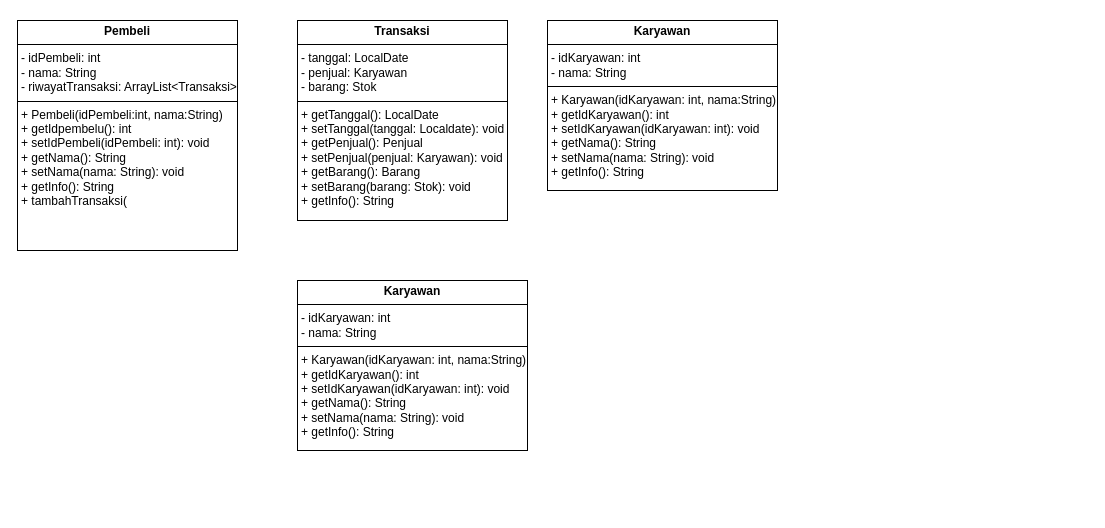
Before: Class Diagram (PBO).drawio in roqueforti/PBO, a draw.io diagram. Source tidied: cells renumbered, new cells numbered last; positions are measured from the earlier drawing's top-left corner, leaving out a move shared by most shapes. Both pictures are drawn from the tidied source at 100%, with x=0, y=0 at pixel (17, 20).
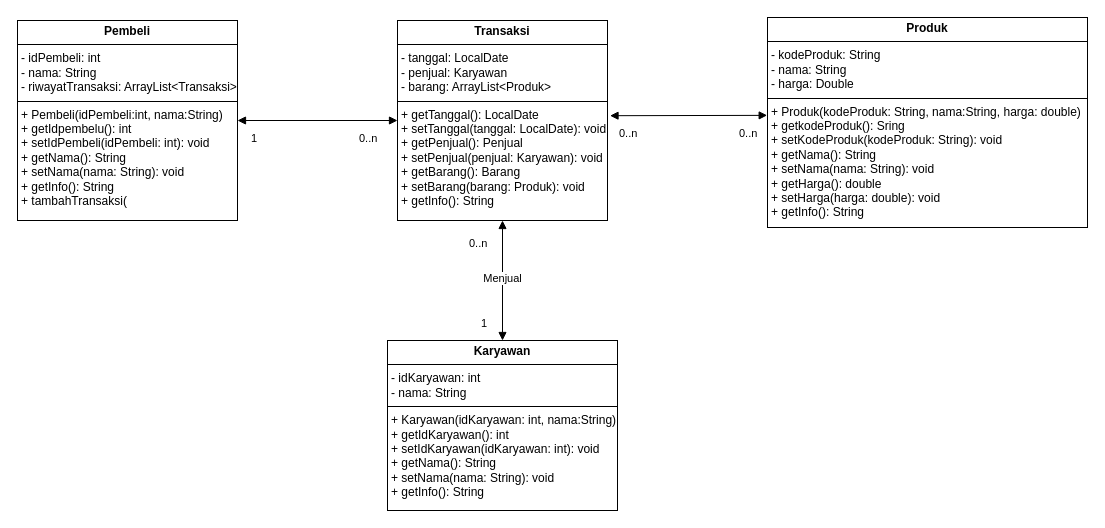
The same diagram, later.

Diff of the diagram source:
```diff
@@
 <mxGraphModel>
   <root>
     <mxCell id="0" />
     <mxCell id="1" parent="0" />
     <mxCell id="2" value="&lt;p style=&quot;margin:0px;margin-top:4px;text-align:center;&quot;&gt;&lt;b&gt;Pembeli&lt;/b&gt;&lt;/p&gt;&lt;hr size=&quot;1&quot; style=&quot;border-style:solid;&quot;&gt;&lt;p style=&quot;margin:0px;margin-left:4px;&quot;&gt;- idPembeli: int&lt;/p&gt;&lt;p style=&quot;margin:0px;margin-left:4px;&quot;&gt;- nama: String&lt;/p&gt;&lt;p style=&quot;margin:0px;margin-left:4px;&quot;&gt;- riwayatTransaksi: ArrayList&amp;lt;Transaksi&amp;gt;&lt;/p&gt;&lt;hr size=&quot;1&quot; style=&quot;border-style:solid;&quot;&gt;&lt;p style=&quot;margin:0px;margin-left:4px;&quot;&gt;+ Pembeli(idPembeli:int, nama:String)&lt;/p&gt;&lt;p style=&quot;margin:0px;margin-left:4px;&quot;&gt;+ getIdpembelu(): int&lt;/p&gt;&lt;p style=&quot;margin:0px;margin-left:4px;&quot;&gt;+ setIdPembeli(idPembeli: int): void&lt;/p&gt;&lt;p style=&quot;margin:0px;margin-left:4px;&quot;&gt;+ getNama(): String&lt;/p&gt;&lt;p style=&quot;margin:0px;margin-left:4px;&quot;&gt;+ setNama(nama: String): void&lt;/p&gt;&lt;p style=&quot;margin:0px;margin-left:4px;&quot;&gt;+ getInfo(): String&lt;/p&gt;&lt;p style=&quot;margin:0px;margin-left:4px;&quot;&gt;+ tambahTransaksi(&lt;/p&gt;" style="verticalAlign=top;align=left;overflow=fill;html=1;whiteSpace=wrap;" parent="1" vertex="1">
-      <mxGeometry width="220" height="230" as="geometry" />
+      <mxGeometry width="220" height="200" as="geometry" />
     </mxCell>
-    <mxCell id="3" value="&lt;p style=&quot;margin:0px;margin-top:4px;text-align:center;&quot;&gt;&lt;b&gt;Transaksi&lt;/b&gt;&lt;/p&gt;&lt;hr size=&quot;1&quot; style=&quot;border-style:solid;&quot;&gt;&lt;p style=&quot;margin:0px;margin-left:4px;&quot;&gt;- tanggal: LocalDate&lt;/p&gt;&lt;p style=&quot;margin:0px;margin-left:4px;&quot;&gt;- penjual: Karyawan&lt;/p&gt;&lt;p style=&quot;margin:0px;margin-left:4px;&quot;&gt;- barang: Stok&lt;/p&gt;&lt;hr size=&quot;1&quot; style=&quot;border-style:solid;&quot;&gt;&lt;p style=&quot;margin:0px;margin-left:4px;&quot;&gt;+ getTanggal(): LocalDate&lt;/p&gt;&lt;p style=&quot;margin:0px;margin-left:4px;&quot;&gt;+ setTanggal(tanggal: Localdate): void&lt;/p&gt;&lt;p style=&quot;margin:0px;margin-left:4px;&quot;&gt;+ getPenjual(): Penjual&lt;/p&gt;&lt;p style=&quot;margin:0px;margin-left:4px;&quot;&gt;+ setPenjual(penjual: Karyawan): void&lt;/p&gt;&lt;p style=&quot;margin:0px;margin-left:4px;&quot;&gt;+ getBarang(): Barang&lt;/p&gt;&lt;p style=&quot;margin:0px;margin-left:4px;&quot;&gt;+ setBarang(barang: Stok): void&lt;/p&gt;&lt;p style=&quot;margin:0px;margin-left:4px;&quot;&gt;+ getInfo(): String&lt;/p&gt;" style="verticalAlign=top;align=left;overflow=fill;html=1;whiteSpace=wrap;" parent="1" vertex="1">
-      <mxGeometry x="280" width="210" height="200" as="geometry" />
+    <mxCell id="3" value="&lt;p style=&quot;margin:0px;margin-top:4px;text-align:center;&quot;&gt;&lt;b&gt;Transaksi&lt;/b&gt;&lt;/p&gt;&lt;hr size=&quot;1&quot; style=&quot;border-style:solid;&quot;&gt;&lt;p style=&quot;margin:0px;margin-left:4px;&quot;&gt;- tanggal: LocalDate&lt;/p&gt;&lt;p style=&quot;margin:0px;margin-left:4px;&quot;&gt;- penjual: Karyawan&lt;/p&gt;&lt;p style=&quot;margin:0px;margin-left:4px;&quot;&gt;- barang: ArrayList&amp;lt;Produk&amp;gt;&lt;/p&gt;&lt;hr size=&quot;1&quot; style=&quot;border-style:solid;&quot;&gt;&lt;p style=&quot;margin:0px;margin-left:4px;&quot;&gt;+ getTanggal(): LocalDate&lt;/p&gt;&lt;p style=&quot;margin:0px;margin-left:4px;&quot;&gt;+ setTanggal(tanggal: LocalDate): void&lt;/p&gt;&lt;p style=&quot;margin:0px;margin-left:4px;&quot;&gt;+ getPenjual(): Penjual&lt;/p&gt;&lt;p style=&quot;margin:0px;margin-left:4px;&quot;&gt;+ setPenjual(penjual: Karyawan): void&lt;/p&gt;&lt;p style=&quot;margin:0px;margin-left:4px;&quot;&gt;+ getBarang(): Barang&lt;/p&gt;&lt;p style=&quot;margin:0px;margin-left:4px;&quot;&gt;+ setBarang(barang: Produk): void&lt;/p&gt;&lt;p style=&quot;margin:0px;margin-left:4px;&quot;&gt;+ getInfo(): String&lt;/p&gt;" style="verticalAlign=top;align=left;overflow=fill;html=1;whiteSpace=wrap;" parent="1" vertex="1">
+      <mxGeometry x="380" width="210" height="200" as="geometry" />
     </mxCell>
     <mxCell id="4" value="&lt;p style=&quot;margin:0px;margin-top:4px;text-align:center;&quot;&gt;&lt;b&gt;Karyawan&lt;/b&gt;&lt;/p&gt;&lt;hr size=&quot;1&quot; style=&quot;border-style:solid;&quot;&gt;&lt;p style=&quot;margin:0px;margin-left:4px;&quot;&gt;- idKaryawan: int&lt;/p&gt;&lt;p style=&quot;margin:0px;margin-left:4px;&quot;&gt;- nama: String&lt;/p&gt;&lt;hr size=&quot;1&quot; style=&quot;border-style:solid;&quot;&gt;&lt;p style=&quot;margin:0px;margin-left:4px;&quot;&gt;+ Karyawan(idKaryawan: int, nama:String)&lt;/p&gt;&lt;p style=&quot;margin:0px;margin-left:4px;&quot;&gt;+ getIdKaryawan(): int&lt;/p&gt;&lt;p style=&quot;margin:0px;margin-left:4px;&quot;&gt;+ setIdKaryawan(idKaryawan: int): void&lt;/p&gt;&lt;p style=&quot;margin:0px;margin-left:4px;&quot;&gt;+ getNama(): String&lt;/p&gt;&lt;p style=&quot;margin:0px;margin-left:4px;&quot;&gt;+ setNama(nama: String): void&lt;/p&gt;&lt;p style=&quot;margin:0px;margin-left:4px;&quot;&gt;+ getInfo(): String&lt;/p&gt;" style="verticalAlign=top;align=left;overflow=fill;html=1;whiteSpace=wrap;" parent="1" vertex="1">
-      <mxGeometry x="280" y="260" width="230" height="170" as="geometry" />
+      <mxGeometry x="370" y="320" width="230" height="170" as="geometry" />
     </mxCell>
-    <mxCell id="5" value="&lt;p style=&quot;margin:0px;margin-top:4px;text-align:center;&quot;&gt;&lt;b&gt;Karyawan&lt;/b&gt;&lt;/p&gt;&lt;hr size=&quot;1&quot; style=&quot;border-style:solid;&quot;&gt;&lt;p style=&quot;margin:0px;margin-left:4px;&quot;&gt;- idKaryawan: int&lt;/p&gt;&lt;p style=&quot;margin:0px;margin-left:4px;&quot;&gt;- nama: String&lt;/p&gt;&lt;hr size=&quot;1&quot; style=&quot;border-style:solid;&quot;&gt;&lt;p style=&quot;margin:0px;margin-left:4px;&quot;&gt;+ Karyawan(idKaryawan: int, nama:String)&lt;/p&gt;&lt;p style=&quot;margin:0px;margin-left:4px;&quot;&gt;+ getIdKaryawan(): int&lt;/p&gt;&lt;p style=&quot;margin:0px;margin-left:4px;&quot;&gt;+ setIdKaryawan(idKaryawan: int): void&lt;/p&gt;&lt;p style=&quot;margin:0px;margin-left:4px;&quot;&gt;+ getNama(): String&lt;/p&gt;&lt;p style=&quot;margin:0px;margin-left:4px;&quot;&gt;+ setNama(nama: String): void&lt;/p&gt;&lt;p style=&quot;margin:0px;margin-left:4px;&quot;&gt;+ getInfo(): String&lt;/p&gt;" style="verticalAlign=top;align=left;overflow=fill;html=1;whiteSpace=wrap;" parent="1" vertex="1">
-      <mxGeometry x="530" width="230" height="170" as="geometry" />
+    <mxCell id="5" value="&lt;p style=&quot;margin:0px;margin-top:4px;text-align:center;&quot;&gt;&lt;b&gt;Produk&lt;/b&gt;&lt;/p&gt;&lt;hr size=&quot;1&quot; style=&quot;border-style:solid;&quot;&gt;&lt;p style=&quot;margin:0px;margin-left:4px;&quot;&gt;- kodeProduk: String&lt;/p&gt;&lt;p style=&quot;margin:0px;margin-left:4px;&quot;&gt;- nama: String&lt;/p&gt;&lt;p style=&quot;margin:0px;margin-left:4px;&quot;&gt;- harga: Double&lt;/p&gt;&lt;hr size=&quot;1&quot; style=&quot;border-style:solid;&quot;&gt;&lt;p style=&quot;margin:0px;margin-left:4px;&quot;&gt;+ Produk(kodeProduk: String, nama:String, harga: double)&lt;/p&gt;&lt;p style=&quot;margin:0px;margin-left:4px;&quot;&gt;+ getkodeProduk(): Sring&lt;/p&gt;&lt;p style=&quot;margin:0px;margin-left:4px;&quot;&gt;+ setKodeProduk(kodeProduk: String): void&lt;/p&gt;&lt;p style=&quot;margin:0px;margin-left:4px;&quot;&gt;+ getNama(): String&lt;/p&gt;&lt;p style=&quot;margin:0px;margin-left:4px;&quot;&gt;+ setNama(nama: String): void&lt;/p&gt;&lt;p style=&quot;margin:0px;margin-left:4px;&quot;&gt;+ getHarga(): double&lt;/p&gt;&lt;p style=&quot;margin:0px;margin-left:4px;&quot;&gt;+ setHarga(harga: double): void&lt;/p&gt;&lt;p style=&quot;margin:0px;margin-left:4px;&quot;&gt;+ getInfo(): String&lt;/p&gt;" style="verticalAlign=top;align=left;overflow=fill;html=1;whiteSpace=wrap;" parent="1" vertex="1">
+      <mxGeometry x="750" y="-3" width="320" height="210" as="geometry" />
     </mxCell>
+    <mxCell id="6" style="endArrow=block;startArrow=block;endFill=1;startFill=1;html=1;rounded=0;entryX=0;entryY=0.5;entryDx=0;entryDy=0;curved=0;" parent="1" edge="1" source="2" target="3">
+      <mxGeometry relative="1" as="geometry" />
+    </mxCell>
+    <mxCell id="7" style="endArrow=block;startArrow=block;endFill=1;startFill=1;html=1;rounded=0;entryX=-0.001;entryY=0.466;entryDx=0;entryDy=0;entryPerimeter=0;exitX=1.012;exitY=0.476;exitDx=0;exitDy=0;exitPerimeter=0;" parent="1" edge="1" source="3" target="5">
+      <mxGeometry relative="1" as="geometry" />
+    </mxCell>
+    <mxCell id="8" style="endArrow=block;startArrow=block;endFill=1;startFill=1;html=1;rounded=0;entryX=0.5;entryY=1;entryDx=0;entryDy=0;exitX=0.5;exitY=0;exitDx=0;exitDy=0;" parent="1" edge="1" source="4" target="3">
+      <mxGeometry relative="1" as="geometry" />
+    </mxCell>
+    <mxCell id="9" value="Menjual" style="edgeLabel;html=1;align=center;verticalAlign=middle;" parent="8" vertex="1">
+      <mxGeometry x="0.05" y="1" relative="1" as="geometry" />
+    </mxCell>
+    <mxCell id="10" value="1" style="edgeLabel;html=1;align=right;verticalAlign=top;" parent="1" vertex="1">
+      <mxGeometry x="240" y="105" as="geometry" />
+    </mxCell>
+    <mxCell id="11" value="0..n" style="edgeLabel;html=1;align=left;verticalAlign=top;" parent="1" vertex="1">
+      <mxGeometry x="340" y="105" as="geometry" />
+    </mxCell>
+    <mxCell id="12" value="1" style="edgeLabel;html=1;align=right;verticalAlign=top;" parent="1" vertex="1">
+      <mxGeometry x="470" y="290" as="geometry" />
+    </mxCell>
+    <mxCell id="13" value="0..n" style="edgeLabel;html=1;align=left;verticalAlign=top;" parent="1" vertex="1">
+      <mxGeometry x="450" y="210" as="geometry" />
+    </mxCell>
+    <mxCell id="14" value="0..n" style="edgeLabel;html=1;align=left;verticalAlign=top;" parent="1" vertex="1">
+      <mxGeometry x="600" y="100" as="geometry" />
+    </mxCell>
+    <mxCell id="15" value="0..n" style="edgeLabel;html=1;align=left;verticalAlign=top;" parent="1" vertex="1">
+      <mxGeometry x="720" y="100" as="geometry" />
+    </mxCell>
   </root>
 </mxGraphModel>
```
